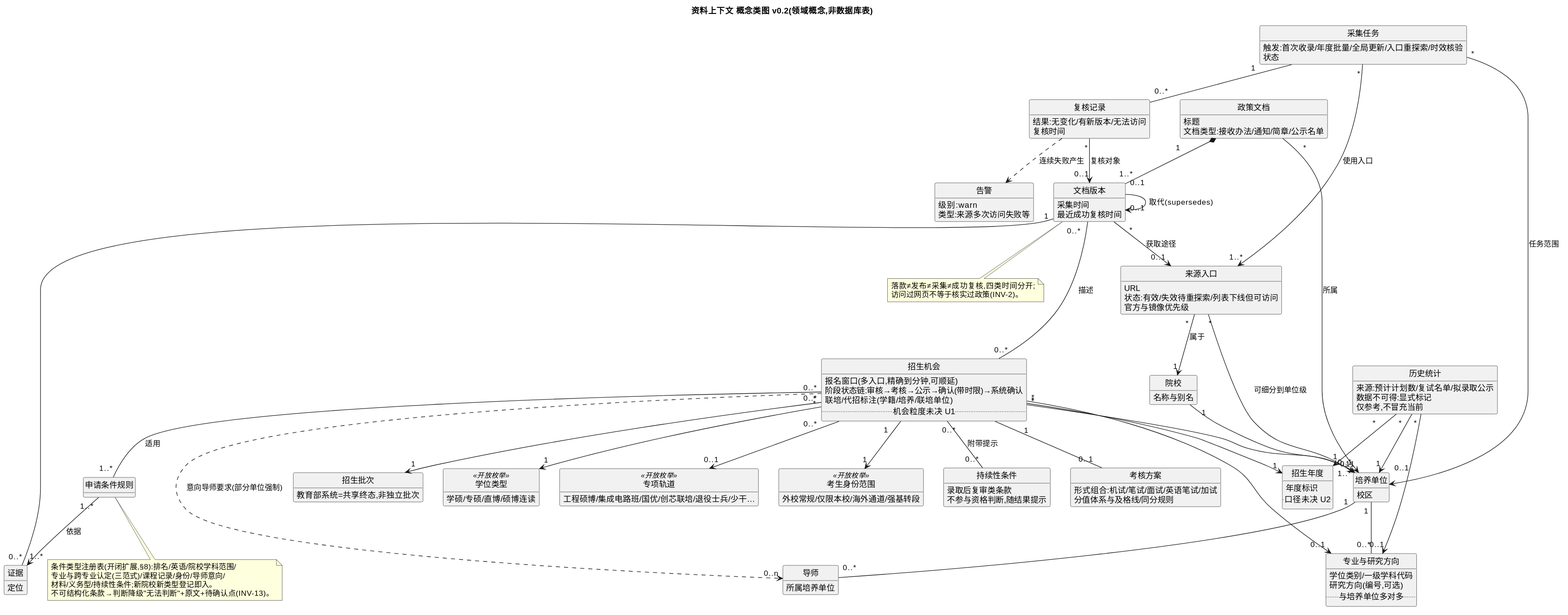
Earlier version of the PlantUML export AI文档/05_需求分析/PlantUML/02_资料上下文_概念类图.svg (Zewang0217/yantu-youju).
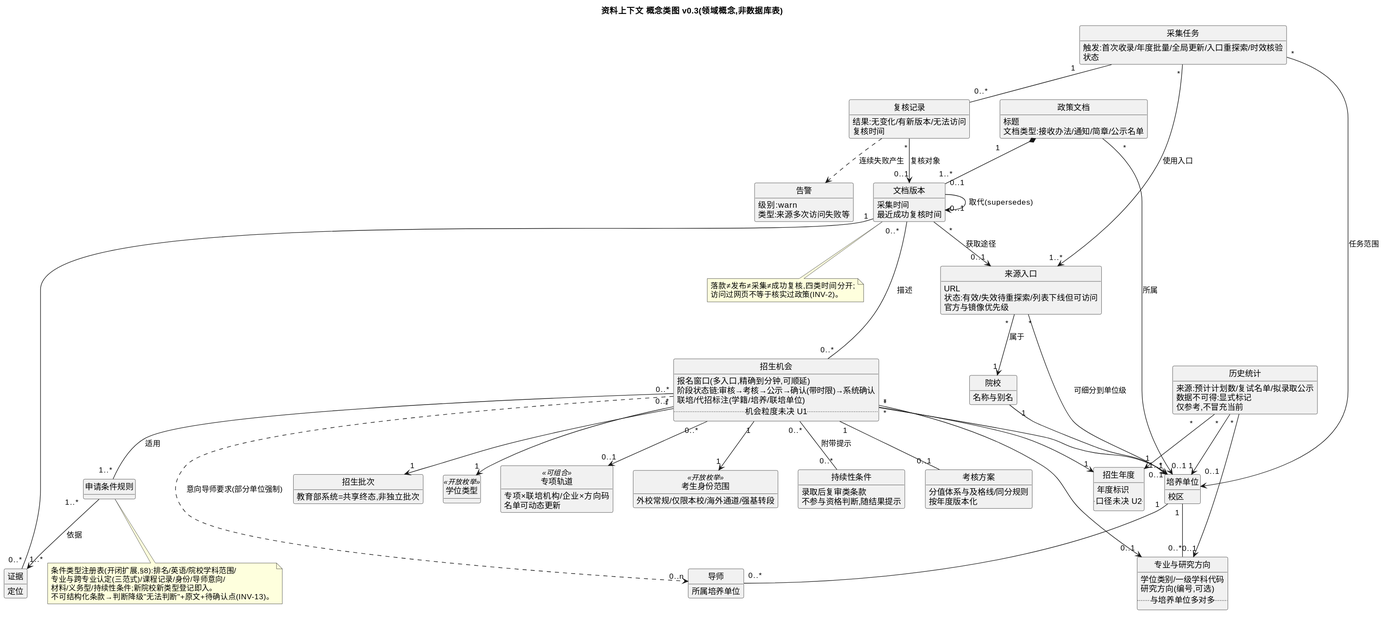
After the change.

The edit, as a diff of the source:
```diff
@@ -1,5 +1,5 @@
 @startuml
-title 资料上下文 概念类图 v0.2(领域概念,非数据库表)
+title 资料上下文 概念类图 v0.3(领域概念,非数据库表)
 hide circle
 hide methods
 skinparam shadowing false
@@ -36,10 +36,13 @@
   ..机会粒度未决 U1..
 }
 class 学位类型 <<开放枚举>> {
-  学硕/专硕/直博/硕博连读
+  学硕/专硕/直博/硕博连读/专博(工程博士)
 }
-class 专项轨道 <<开放枚举>> {
-  工程硕博/集成电路班/国优/创芯联培/退役士兵/少干…
+class 专项轨道 <<可组合>> {
+  专项×联培机构/企业×方向码
+  (工程硕博/集成电路班/国优/创芯联培/
+  企业×院系矩阵/法国高校联培/方向码如-68/-02/87)
+  名单可动态更新
 }
 class 考生身份范围 <<开放枚举>> {
   外校常规/仅限本校/海外通道/强基转段
@@ -86,10 +89,11 @@
   招生资格属性(如不招直博)
 }
 class 考核方案 {
-  形式组合:机试/笔试/面试/英语笔试/加试
+  形式组合:机试(计分/不计分/不设)/面试/加试
   分值体系与及格线/同分规则
-  差额比例(可为区间)
-  组织方(可≠招生单位)
+  差额比例(可为区间,实际可远超校级下限)
+  组织方(可≠招生单位;平台机构反之)
+  按年度版本化
 }
 class 采集任务 {
   触发:首次收录/年度批量/全局更新/入口重探索/时效核验
```
